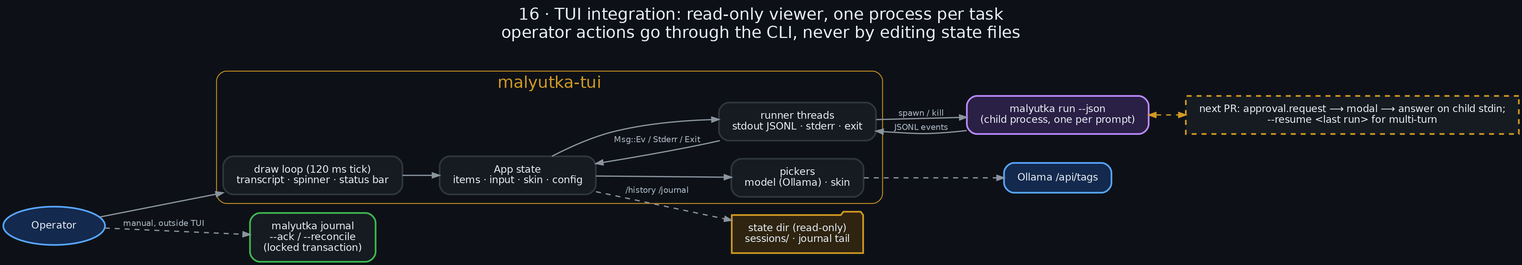
Earlier version of the Graphviz export docs/diagrams/16_tui_integration.png (danindiana/malyutka). Its source is kept beside it as docs/diagrams/16_tui_integration.dot.
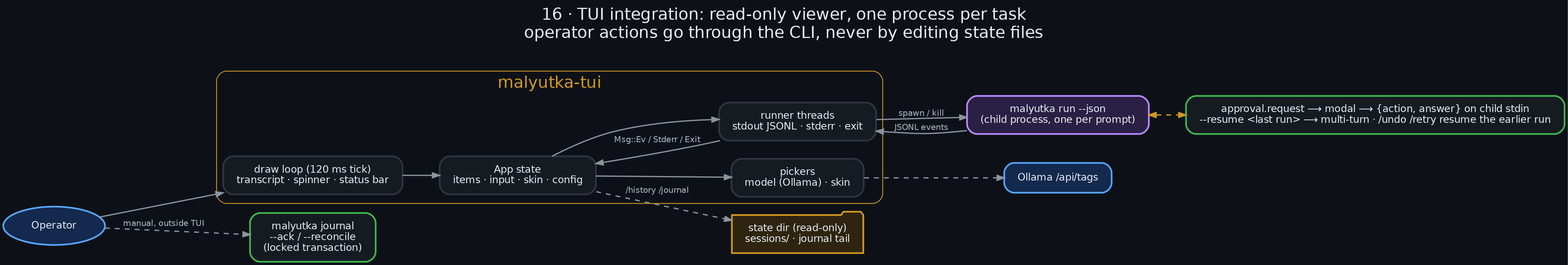
After the commit.

Diff of the diagram source:
```diff
@@ -14,7 +14,7 @@
     ro [label="state dir (read-only)\nsessions/ · journal tail", shape=folder, color="#d29922", fillcolor="#2e2410"];
     opcmd [label="malyutka journal\n--ack / --reconcile\n(locked transaction)", color="#3fb950"];
     oll [label="Ollama /api/tags", color="#58a6ff", fillcolor="#13294d"];
-    plan [label="next PR: approval.request ⟶ modal ⟶ answer on child stdin;\n--resume <last run> for multi-turn", color="#d29922", style="filled,dashed"];
+    plan [label="approval.request ⟶ modal ⟶ {action, answer} on child stdin\n--resume <last run> ⟶ multi-turn · /undo /retry resume the earlier run", color="#3fb950"];
 
     op -> ui; ui -> app; app -> rn; rn -> cli [label="spawn / kill"]; cli -> rn [label="JSONL events"];
     rn -> app [label="Msg::Ev / Stderr / Exit"];
```
